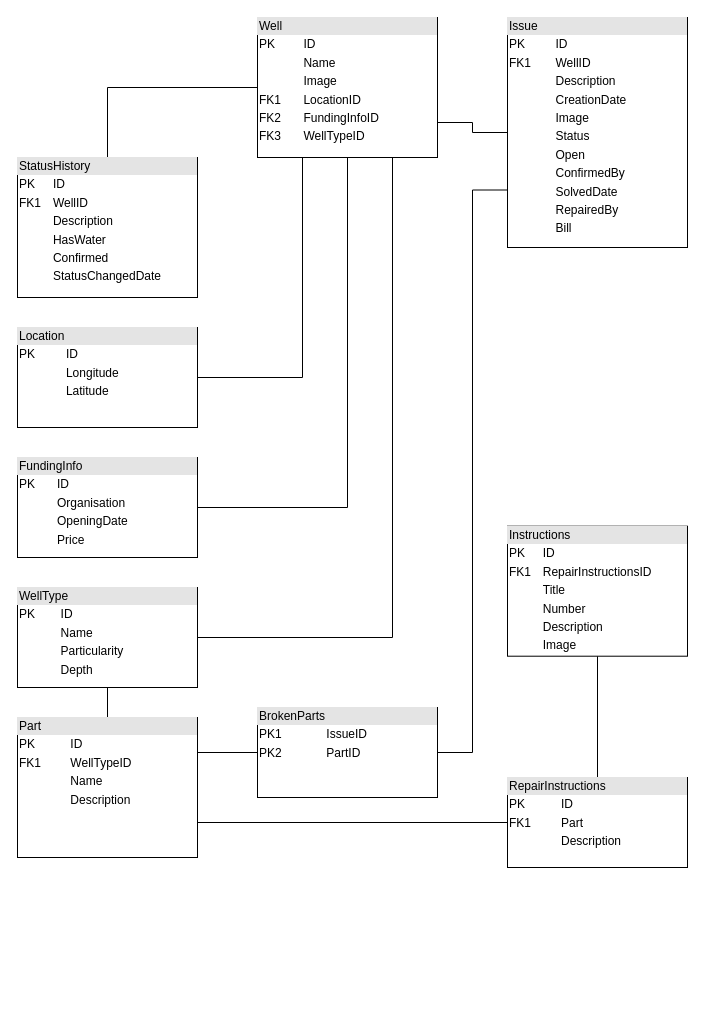
martinneumann/maph keeps this draw.io diagram as docs/data-structure/ERM.drawio. Above is the earlier version. Source tidied: cells renumbered, new cells numbered last; positions are measured from the earlier drawing's top-left corner, leaving out a move shared by most shapes. Both pictures are drawn from the tidied source at 100%, with x=0, y=0 at pixel (17, 17).
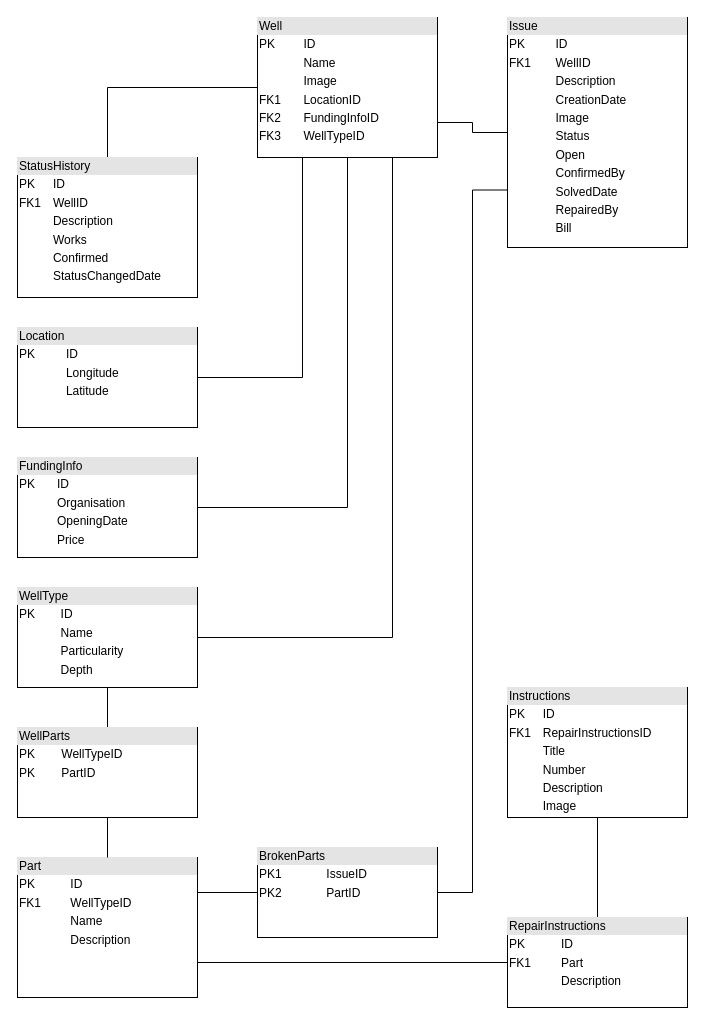
The same diagram, later.

Unchanged cells that the change refers to:
```xml
<mxCell id="10" value="&lt;div style=&quot;box-sizing: border-box ; width: 100% ; background: #e4e4e4 ; padding: 2px&quot;&gt;WellType&lt;/div&gt;&lt;table style=&quot;width: 100% ; font-size: 1em&quot; cellspacing=&quot;0&quot; cellpadding=&quot;2&quot;&gt;&lt;tbody&gt;&lt;tr&gt;&lt;td&gt;PK&lt;/td&gt;&lt;td&gt;ID&lt;/td&gt;&lt;/tr&gt;&lt;tr&gt;&lt;td&gt;&lt;br&gt;&lt;/td&gt;&lt;td&gt;Name&lt;/td&gt;&lt;/tr&gt;&lt;tr&gt;&lt;td&gt;&lt;br&gt;&lt;/td&gt;&lt;td&gt;Particularity&lt;/td&gt;&lt;/tr&gt;&lt;tr&gt;&lt;td&gt;&lt;br&gt;&lt;/td&gt;&lt;td&gt;Depth&lt;/td&gt;&lt;/tr&gt;&lt;tr&gt;&lt;td&gt;&lt;br&gt;&lt;/td&gt;&lt;td&gt;&lt;br&gt;&lt;/td&gt;&lt;/tr&gt;&lt;/tbody&gt;&lt;/table&gt;" style="verticalAlign=top;align=left;overflow=fill;html=1;" parent="1" vertex="1">
  <mxGeometry y="570" width="180" height="100" as="geometry" />
</mxCell>
```

Change to the diagram source:
```diff
@@
-    <mxCell id="9" style="edgeStyle=orthogonalEdgeStyle;rounded=0;jettySize=auto;html=1;exitX=0.5;exitY=1;exitDx=0;exitDy=0;entryX=0.5;entryY=0;entryDx=0;entryDy=0;endArrow=none;endFill=0;" parent="1" edge="1" source="10" target="12">
-      <mxGeometry relative="1" as="geometry" />
-    </mxCell>
+    <mxCell id="22" style="edgeStyle=orthogonalEdgeStyle;rounded=0;jettySize=auto;html=1;exitX=0.5;exitY=1;exitDx=0;exitDy=0;entryX=0.5;entryY=0;entryDx=0;entryDy=0;endArrow=none;endFill=0;" parent="1" edge="1" source="10" target="24">
+      <mxGeometry relative="1" as="geometry" />
+    </mxCell>
@@
     <mxCell id="12" value="&lt;div style=&quot;box-sizing: border-box ; width: 100% ; background: #e4e4e4 ; padding: 2px&quot;&gt;Part&lt;/div&gt;&lt;table style=&quot;width: 100% ; font-size: 1em&quot; cellspacing=&quot;0&quot; cellpadding=&quot;2&quot;&gt;&lt;tbody&gt;&lt;tr&gt;&lt;td&gt;PK&lt;/td&gt;&lt;td&gt;ID&lt;/td&gt;&lt;/tr&gt;&lt;tr&gt;&lt;td&gt;FK1&lt;/td&gt;&lt;td&gt;WellTypeID&lt;/td&gt;&lt;/tr&gt;&lt;tr&gt;&lt;td&gt;&lt;br&gt;&lt;/td&gt;&lt;td&gt;Name&lt;/td&gt;&lt;/tr&gt;&lt;tr&gt;&lt;td&gt;&lt;br&gt;&lt;/td&gt;&lt;td&gt;Description&lt;/td&gt;&lt;/tr&gt;&lt;/tbody&gt;&lt;/table&gt;" style="verticalAlign=top;align=left;overflow=fill;html=1;" parent="1" vertex="1">
-      <mxGeometry y="700" width="180" height="140" as="geometry" />
+      <mxGeometry y="840" width="180" height="140" as="geometry" />
     </mxCell>
@@
     <mxCell id="15" value="&lt;div style=&quot;box-sizing: border-box ; width: 100% ; background: #e4e4e4 ; padding: 2px&quot;&gt;BrokenParts&lt;/div&gt;&lt;table style=&quot;width: 100% ; font-size: 1em&quot; cellspacing=&quot;0&quot; cellpadding=&quot;2&quot;&gt;&lt;tbody&gt;&lt;tr&gt;&lt;td&gt;PK1&lt;/td&gt;&lt;td&gt;IssueID&lt;/td&gt;&lt;/tr&gt;&lt;tr&gt;&lt;td&gt;PK2&lt;br&gt;&lt;/td&gt;&lt;td&gt;PartID&lt;br&gt;&lt;/td&gt;&lt;/tr&gt;&lt;/tbody&gt;&lt;/table&gt;" style="verticalAlign=top;align=left;overflow=fill;html=1;" parent="1" vertex="1">
-      <mxGeometry x="240" y="690" width="180" height="90" as="geometry" />
+      <mxGeometry x="240" y="830" width="180" height="90" as="geometry" />
     </mxCell>
-    <mxCell id="16" style="edgeStyle=orthogonalEdgeStyle;rounded=0;jettySize=auto;html=1;exitX=0;exitY=0.5;exitDx=0;exitDy=0;entryX=1;entryY=0.75;entryDx=0;entryDy=0;endArrow=none;endFill=0;" parent="1" edge="1" source="18" target="12">
-      <mxGeometry relative="1" as="geometry" />
+    <mxCell id="16" style="edgeStyle=orthogonalEdgeStyle;rounded=0;jettySize=auto;html=1;exitX=0;exitY=0.5;exitDx=0;exitDy=0;entryX=1;entryY=0.75;entryDx=0;entryDy=0;endArrow=none;endFill=0;" parent="1" edge="1" target="12">
+      <mxGeometry relative="1" as="geometry">
+        <mxPoint x="490" y="905" as="sourcePoint" />
+        <Array as="points">
+          <mxPoint x="490" y="945" />
+        </Array>
+      </mxGeometry>
     </mxCell>
@@
     <mxCell id="18" value="&lt;div style=&quot;box-sizing: border-box ; width: 100% ; background: #e4e4e4 ; padding: 2px&quot;&gt;RepairInstructions&lt;/div&gt;&lt;table style=&quot;width: 100% ; font-size: 1em&quot; cellspacing=&quot;0&quot; cellpadding=&quot;2&quot;&gt;&lt;tbody&gt;&lt;tr&gt;&lt;td&gt;PK&lt;/td&gt;&lt;td&gt;ID&lt;/td&gt;&lt;/tr&gt;&lt;tr&gt;&lt;td&gt;FK1&lt;br&gt;&lt;/td&gt;&lt;td&gt;Part&lt;br&gt;&lt;/td&gt;&lt;/tr&gt;&lt;tr&gt;&lt;td&gt;&lt;br&gt;&lt;/td&gt;&lt;td&gt;Description&lt;/td&gt;&lt;/tr&gt;&lt;/tbody&gt;&lt;/table&gt;" style="verticalAlign=top;align=left;overflow=fill;html=1;" parent="1" vertex="1">
-      <mxGeometry x="490" y="760" width="180" height="90" as="geometry" />
+      <mxGeometry x="490" y="900" width="180" height="90" as="geometry" />
     </mxCell>
     <mxCell id="19" value="&lt;div style=&quot;box-sizing: border-box ; width: 100% ; background: #e4e4e4 ; padding: 2px&quot;&gt;Instructions&lt;/div&gt;&lt;table style=&quot;width: 100% ; font-size: 1em&quot; cellspacing=&quot;0&quot; cellpadding=&quot;2&quot;&gt;&lt;tbody&gt;&lt;tr&gt;&lt;td&gt;PK&lt;/td&gt;&lt;td&gt;ID&lt;/td&gt;&lt;/tr&gt;&lt;tr&gt;&lt;td&gt;FK1&lt;/td&gt;&lt;td&gt;RepairInstructionsID&lt;/td&gt;&lt;/tr&gt;&lt;tr&gt;&lt;td&gt;&lt;br&gt;&lt;/td&gt;&lt;td&gt;Title&lt;/td&gt;&lt;/tr&gt;&lt;tr&gt;&lt;td&gt;&lt;br&gt;&lt;/td&gt;&lt;td&gt;Number&lt;br&gt;&lt;/td&gt;&lt;/tr&gt;&lt;tr&gt;&lt;td&gt;&lt;br&gt;&lt;/td&gt;&lt;td&gt;Description&lt;br&gt;&lt;/td&gt;&lt;/tr&gt;&lt;tr&gt;&lt;td&gt;&lt;br&gt;&lt;/td&gt;&lt;td&gt;Image&lt;br&gt;&lt;/td&gt;&lt;/tr&gt;&lt;/tbody&gt;&lt;/table&gt;" style="verticalAlign=top;align=left;overflow=fill;html=1;" parent="1" vertex="1">
-      <mxGeometry x="490" y="508.7" width="180" height="130" as="geometry" />
+      <mxGeometry x="490" y="670" width="180" height="130" as="geometry" />
     </mxCell>
@@
-    <mxCell id="21" value="&lt;div style=&quot;box-sizing: border-box ; width: 100% ; background: #e4e4e4 ; padding: 2px&quot;&gt;StatusHistory&lt;/div&gt;&lt;table style=&quot;width: 100% ; font-size: 1em&quot; cellspacing=&quot;0&quot; cellpadding=&quot;2&quot;&gt;&lt;tbody&gt;&lt;tr&gt;&lt;td&gt;PK&lt;/td&gt;&lt;td&gt;ID&lt;/td&gt;&lt;/tr&gt;&lt;tr&gt;&lt;td&gt;FK1&lt;/td&gt;&lt;td&gt;WellID&lt;/td&gt;&lt;/tr&gt;&lt;tr&gt;&lt;td&gt;&lt;br&gt;&lt;/td&gt;&lt;td&gt;Description&lt;/td&gt;&lt;/tr&gt;&lt;tr&gt;&lt;td&gt;&lt;br&gt;&lt;/td&gt;&lt;td&gt;HasWater&lt;/td&gt;&lt;/tr&gt;&lt;tr&gt;&lt;td&gt;&lt;br&gt;&lt;/td&gt;&lt;td&gt;Confirmed&lt;br&gt;&lt;/td&gt;&lt;/tr&gt;&lt;tr&gt;&lt;td&gt;&lt;br&gt;&lt;/td&gt;&lt;td&gt;StatusChangedDate&lt;br&gt;&lt;/td&gt;&lt;/tr&gt;&lt;/tbody&gt;&lt;/table&gt;" style="verticalAlign=top;align=left;overflow=fill;html=1;" parent="1" vertex="1">
+    <mxCell id="21" value="&lt;div style=&quot;box-sizing: border-box ; width: 100% ; background: #e4e4e4 ; padding: 2px&quot;&gt;StatusHistory&lt;/div&gt;&lt;table style=&quot;width: 100% ; font-size: 1em&quot; cellspacing=&quot;0&quot; cellpadding=&quot;2&quot;&gt;&lt;tbody&gt;&lt;tr&gt;&lt;td&gt;PK&lt;/td&gt;&lt;td&gt;ID&lt;/td&gt;&lt;/tr&gt;&lt;tr&gt;&lt;td&gt;FK1&lt;/td&gt;&lt;td&gt;WellID&lt;/td&gt;&lt;/tr&gt;&lt;tr&gt;&lt;td&gt;&lt;br&gt;&lt;/td&gt;&lt;td&gt;Description&lt;/td&gt;&lt;/tr&gt;&lt;tr&gt;&lt;td&gt;&lt;br&gt;&lt;/td&gt;&lt;td&gt;Works&lt;br&gt;&lt;/td&gt;&lt;/tr&gt;&lt;tr&gt;&lt;td&gt;&lt;br&gt;&lt;/td&gt;&lt;td&gt;Confirmed&lt;br&gt;&lt;/td&gt;&lt;/tr&gt;&lt;tr&gt;&lt;td&gt;&lt;br&gt;&lt;/td&gt;&lt;td&gt;StatusChangedDate&lt;br&gt;&lt;/td&gt;&lt;/tr&gt;&lt;/tbody&gt;&lt;/table&gt;" style="verticalAlign=top;align=left;overflow=fill;html=1;" parent="1" vertex="1">
       <mxGeometry y="140" width="180" height="140" as="geometry" />
     </mxCell>
+    <mxCell id="23" style="edgeStyle=orthogonalEdgeStyle;rounded=0;jettySize=auto;html=1;exitX=0.5;exitY=1;exitDx=0;exitDy=0;entryX=0.5;entryY=0;entryDx=0;entryDy=0;endArrow=none;endFill=0;" parent="1" edge="1" source="24" target="12">
+      <mxGeometry relative="1" as="geometry" />
+    </mxCell>
+    <mxCell id="24" value="&lt;div style=&quot;box-sizing: border-box ; width: 100% ; background: #e4e4e4 ; padding: 2px&quot;&gt;WellParts&lt;/div&gt;&lt;table style=&quot;width: 100% ; font-size: 1em&quot; cellspacing=&quot;0&quot; cellpadding=&quot;2&quot;&gt;&lt;tbody&gt;&lt;tr&gt;&lt;td&gt;PK&lt;/td&gt;&lt;td&gt;WellTypeID&lt;/td&gt;&lt;/tr&gt;&lt;tr&gt;&lt;td&gt;PK&lt;/td&gt;&lt;td&gt;PartID&lt;/td&gt;&lt;/tr&gt;&lt;tr&gt;&lt;td&gt;&lt;br&gt;&lt;/td&gt;&lt;td&gt;&lt;br&gt;&lt;/td&gt;&lt;/tr&gt;&lt;/tbody&gt;&lt;/table&gt;" style="verticalAlign=top;align=left;overflow=fill;html=1;" parent="1" vertex="1">
+      <mxGeometry y="710" width="180" height="90" as="geometry" />
+    </mxCell>
```
